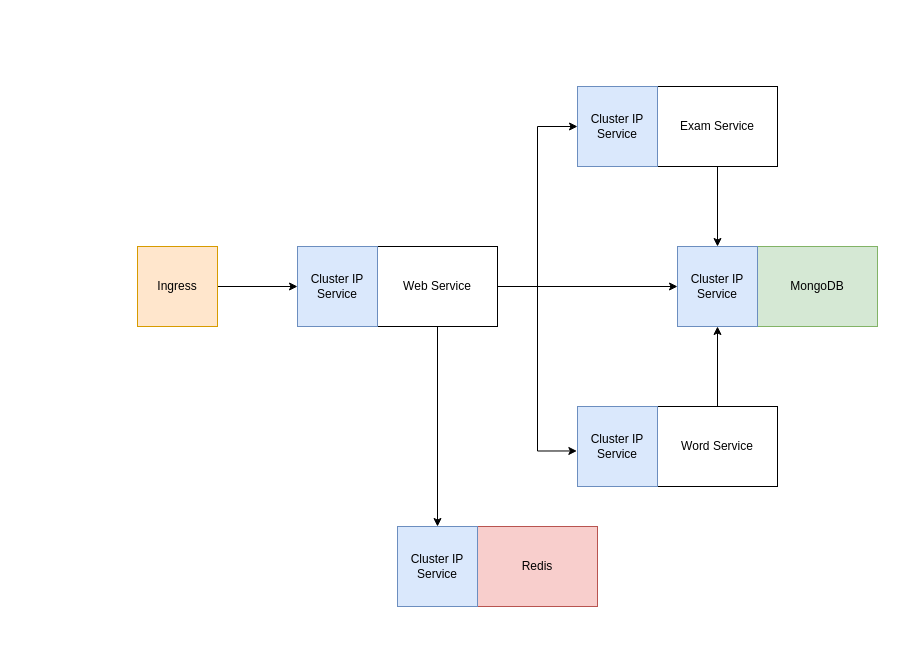
Before: image/網站服務架構_K8S.drawio in kakurineuin/learn-english-microservices, a draw.io diagram. Source tidied: cells renumbered, new cells numbered last; positions are measured from the earlier drawing's top-left corner, leaving out a move shared by most shapes. Both pictures are drawn from the tidied source at 100%, with x=0, y=0 at pixel (137, 86).
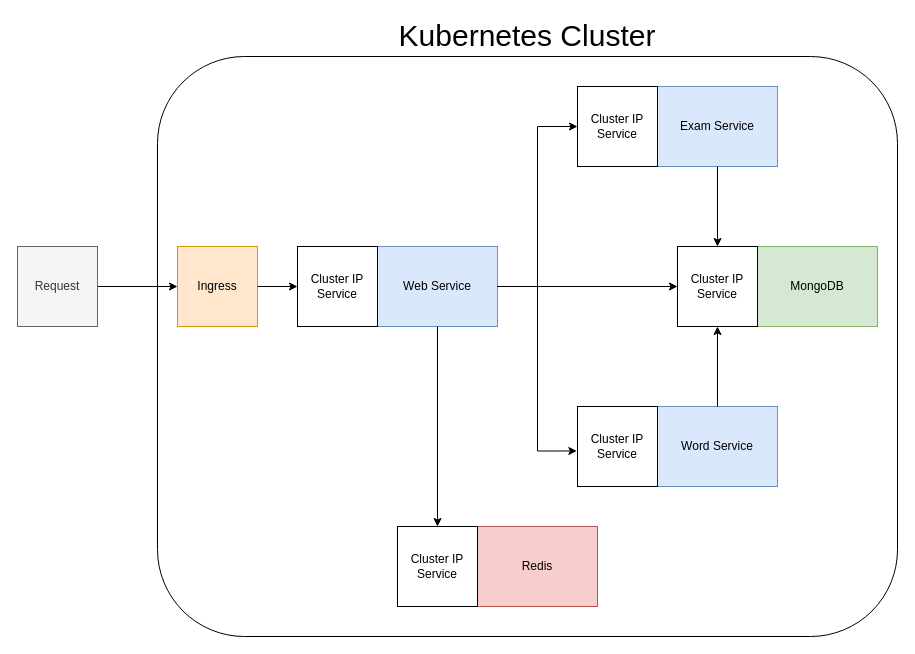
The same diagram, later.

Commit message:
更新網站服務架構_K8S.drawio

Diff of the diagram source:
```diff
@@
-    <mxCell id="2" style="edgeStyle=orthogonalEdgeStyle;rounded=0;jettySize=auto;html=1;exitX=1;exitY=0.5;exitDx=0;exitDy=0;entryX=0;entryY=0.5;entryDx=0;entryDy=0;" parent="1" edge="1" source="22" target="14">
-      <mxGeometry relative="1" as="geometry" />
-    </mxCell>
-    <mxCell id="3" style="edgeStyle=orthogonalEdgeStyle;rounded=0;jettySize=auto;html=1;exitX=1;exitY=0.5;exitDx=0;exitDy=0;entryX=-0.008;entryY=0.556;entryDx=0;entryDy=0;entryPerimeter=0;" parent="1" edge="1" source="22" target="20">
-      <mxGeometry relative="1" as="geometry" />
-    </mxCell>
-    <mxCell id="4" style="group;fillColor=#dae8fc;strokeColor=#6c8ebf;" parent="1" vertex="1">
-      <mxGeometry x="440" width="200" height="80" as="geometry" />
-    </mxCell>
-    <mxCell id="5" style="edgeStyle=orthogonalEdgeStyle;rounded=0;jettySize=auto;html=1;exitX=1;exitY=0.5;exitDx=0;exitDy=0;entryX=0;entryY=0.5;entryDx=0;entryDy=0;" parent="1" edge="1" source="22" target="17">
-      <mxGeometry relative="1" as="geometry" />
-    </mxCell>
-    <mxCell id="6" style="edgeStyle=orthogonalEdgeStyle;rounded=0;jettySize=auto;html=1;exitX=0.5;exitY=1;exitDx=0;exitDy=0;" parent="1" edge="1" source="13" target="17">
-      <mxGeometry relative="1" as="geometry" />
-    </mxCell>
-    <mxCell id="7" style="edgeStyle=orthogonalEdgeStyle;rounded=0;jettySize=auto;html=1;exitX=0.5;exitY=0;exitDx=0;exitDy=0;entryX=0.5;entryY=1;entryDx=0;entryDy=0;" parent="1" edge="1" source="19" target="17">
-      <mxGeometry relative="1" as="geometry" />
-    </mxCell>
-    <mxCell id="8" style="edgeStyle=orthogonalEdgeStyle;rounded=0;jettySize=auto;html=1;exitX=0.5;exitY=1;exitDx=0;exitDy=0;entryX=0.5;entryY=0;entryDx=0;entryDy=0;" parent="1" edge="1" source="22" target="26">
-      <mxGeometry relative="1" as="geometry" />
-    </mxCell>
-    <mxCell id="9" style="group;fillColor=#dae8fc;strokeColor=#6c8ebf;" parent="1" vertex="1">
-      <mxGeometry x="540" y="160" width="200" height="80" as="geometry" />
-    </mxCell>
-    <mxCell id="10" style="edgeStyle=orthogonalEdgeStyle;rounded=0;jettySize=auto;html=1;exitX=1;exitY=0.5;exitDx=0;exitDy=0;entryX=0;entryY=0.5;entryDx=0;entryDy=0;" parent="1" edge="1" source="11" target="23">
-      <mxGeometry relative="1" as="geometry" />
-    </mxCell>
+    <mxCell id="27" style="group;" parent="1" vertex="1">
+      <mxGeometry x="20" y="-30" width="740" height="580" as="geometry" />
+    </mxCell>
+    <mxCell id="28" value="Kubernetes Cluster" style="rounded=1;whiteSpace=wrap;html=1;labelPosition=center;verticalLabelPosition=top;align=center;verticalAlign=bottom;fontSize=30;" parent="27" vertex="1">
+      <mxGeometry width="740" height="580" as="geometry" />
+    </mxCell>
-    <mxCell id="11" value="Ingress" style="rounded=0;whiteSpace=wrap;html=1;fillColor=#ffe6cc;strokeColor=#d79b00;" parent="1" vertex="1">
-      <mxGeometry y="160" width="80" height="80" as="geometry" />
+    <mxCell id="11" value="Ingress" style="rounded=0;whiteSpace=wrap;html=1;fillColor=#ffe6cc;strokeColor=#d79b00;" parent="27" vertex="1">
+      <mxGeometry x="20" y="190" width="80" height="80" as="geometry" />
     </mxCell>
-    <mxCell id="12" style="group;" parent="1" vertex="1">
-      <mxGeometry x="440" width="200" height="80" as="geometry" />
-    </mxCell>
+    <mxCell id="29" style="group;" parent="27" vertex="1">
+      <mxGeometry x="420" y="30" width="200" height="80" as="geometry" />
+    </mxCell>
-    <mxCell id="13" value="Exam Service" style="rounded=0;whiteSpace=wrap;html=1;" parent="12" vertex="1">
+    <mxCell id="13" value="Exam Service" style="rounded=0;whiteSpace=wrap;html=1;fillColor=#dae8fc;strokeColor=#6c8ebf;" parent="29" vertex="1">
       <mxGeometry x="80" width="120" height="80" as="geometry" />
     </mxCell>
-    <mxCell id="14" value="Cluster IP Service" style="rounded=0;whiteSpace=wrap;html=1;fillColor=#dae8fc;strokeColor=#6c8ebf;" parent="12" vertex="1">
+    <mxCell id="14" value="Cluster IP Service" style="rounded=0;whiteSpace=wrap;html=1;" parent="29" vertex="1">
       <mxGeometry width="80" height="80" as="geometry" />
     </mxCell>
-    <mxCell id="15" style="group;" parent="1" vertex="1">
-      <mxGeometry x="540" y="160" width="200" height="80" as="geometry" />
-    </mxCell>
+    <mxCell id="30" style="group;" parent="27" vertex="1">
+      <mxGeometry x="520" y="190" width="200" height="80" as="geometry" />
+    </mxCell>
-    <mxCell id="16" value="MongoDB" style="rounded=0;whiteSpace=wrap;html=1;fillColor=#d5e8d4;strokeColor=#82b366;" parent="15" vertex="1">
+    <mxCell id="16" value="MongoDB" style="rounded=0;whiteSpace=wrap;html=1;fillColor=#d5e8d4;strokeColor=#82b366;" parent="30" vertex="1">
       <mxGeometry x="80" width="120" height="80" as="geometry" />
     </mxCell>
-    <mxCell id="17" value="Cluster IP Service" style="rounded=0;whiteSpace=wrap;html=1;fillColor=#dae8fc;strokeColor=#6c8ebf;" parent="15" vertex="1">
+    <mxCell id="17" value="Cluster IP Service" style="rounded=0;whiteSpace=wrap;html=1;" parent="30" vertex="1">
       <mxGeometry width="80" height="80" as="geometry" />
     </mxCell>
-    <mxCell id="18" style="group;" parent="1" vertex="1">
-      <mxGeometry x="440" y="320" width="200" height="80" as="geometry" />
-    </mxCell>
+    <mxCell id="6" style="edgeStyle=orthogonalEdgeStyle;rounded=0;jettySize=auto;html=1;exitX=0.5;exitY=1;exitDx=0;exitDy=0;" parent="27" edge="1" source="13" target="17">
+      <mxGeometry relative="1" as="geometry" />
+    </mxCell>
+    <mxCell id="31" style="group;" parent="27" vertex="1">
+      <mxGeometry x="420" y="350" width="200" height="80" as="geometry" />
+    </mxCell>
-    <mxCell id="19" value="Word Service" style="rounded=0;whiteSpace=wrap;html=1;" parent="18" vertex="1">
+    <mxCell id="19" value="Word Service" style="rounded=0;whiteSpace=wrap;html=1;fillColor=#dae8fc;strokeColor=#6c8ebf;" parent="31" vertex="1">
       <mxGeometry x="80" width="120" height="80" as="geometry" />
     </mxCell>
-    <mxCell id="20" value="Cluster IP Service" style="rounded=0;whiteSpace=wrap;html=1;fillColor=#dae8fc;strokeColor=#6c8ebf;" parent="18" vertex="1">
+    <mxCell id="20" value="Cluster IP Service" style="rounded=0;whiteSpace=wrap;html=1;" parent="31" vertex="1">
       <mxGeometry width="80" height="80" as="geometry" />
     </mxCell>
-    <mxCell id="21" style="group;" parent="1" vertex="1">
-      <mxGeometry x="160" y="160" width="200" height="80" as="geometry" />
-    </mxCell>
+    <mxCell id="7" style="edgeStyle=orthogonalEdgeStyle;rounded=0;jettySize=auto;html=1;exitX=0.5;exitY=0;exitDx=0;exitDy=0;entryX=0.5;entryY=1;entryDx=0;entryDy=0;" parent="27" edge="1" source="19" target="17">
+      <mxGeometry relative="1" as="geometry" />
+    </mxCell>
+    <mxCell id="32" style="group;" parent="27" vertex="1">
+      <mxGeometry x="240" y="470" width="200" height="80" as="geometry" />
+    </mxCell>
+    <mxCell id="25" value="Redis" style="rounded=0;whiteSpace=wrap;html=1;fillColor=#f8cecc;strokeColor=#b85450;" parent="32" vertex="1">
+      <mxGeometry x="80" width="120" height="80" as="geometry" />
+    </mxCell>
+    <mxCell id="26" value="Cluster IP Service" style="rounded=0;whiteSpace=wrap;html=1;" parent="32" vertex="1">
+      <mxGeometry width="80" height="80" as="geometry" />
+    </mxCell>
+    <mxCell id="33" style="group;" parent="27" vertex="1">
+      <mxGeometry x="140" y="190" width="200" height="80" as="geometry" />
+    </mxCell>
-    <mxCell id="22" value="Web Service" style="rounded=0;whiteSpace=wrap;html=1;" parent="21" vertex="1">
+    <mxCell id="22" value="Web Service" style="rounded=0;whiteSpace=wrap;html=1;fillColor=#dae8fc;strokeColor=#6c8ebf;" parent="33" vertex="1">
       <mxGeometry x="80" width="120" height="80" as="geometry" />
     </mxCell>
-    <mxCell id="23" value="Cluster IP Service" style="rounded=0;whiteSpace=wrap;html=1;fillColor=#dae8fc;strokeColor=#6c8ebf;" parent="21" vertex="1">
+    <mxCell id="23" value="Cluster IP Service" style="rounded=0;whiteSpace=wrap;html=1;" parent="33" vertex="1">
       <mxGeometry width="80" height="80" as="geometry" />
     </mxCell>
-    <mxCell id="24" style="group;" parent="1" vertex="1">
-      <mxGeometry x="260" y="440" width="200" height="80" as="geometry" />
-    </mxCell>
-    <mxCell id="25" value="Redis" style="rounded=0;whiteSpace=wrap;html=1;fillColor=#f8cecc;strokeColor=#b85450;" parent="24" vertex="1">
-      <mxGeometry x="80" width="120" height="80" as="geometry" />
-    </mxCell>
-    <mxCell id="26" value="Cluster IP Service" style="rounded=0;whiteSpace=wrap;html=1;fillColor=#dae8fc;strokeColor=#6c8ebf;" parent="24" vertex="1">
-      <mxGeometry width="80" height="80" as="geometry" />
-    </mxCell>
+    <mxCell id="2" style="edgeStyle=orthogonalEdgeStyle;rounded=0;jettySize=auto;html=1;exitX=1;exitY=0.5;exitDx=0;exitDy=0;entryX=0;entryY=0.5;entryDx=0;entryDy=0;" parent="27" edge="1" source="22" target="14">
+      <mxGeometry relative="1" as="geometry" />
+    </mxCell>
+    <mxCell id="5" style="edgeStyle=orthogonalEdgeStyle;rounded=0;jettySize=auto;html=1;exitX=1;exitY=0.5;exitDx=0;exitDy=0;entryX=0;entryY=0.5;entryDx=0;entryDy=0;" parent="27" edge="1" source="22" target="17">
+      <mxGeometry relative="1" as="geometry" />
+    </mxCell>
+    <mxCell id="3" style="edgeStyle=orthogonalEdgeStyle;rounded=0;jettySize=auto;html=1;exitX=1;exitY=0.5;exitDx=0;exitDy=0;entryX=-0.008;entryY=0.556;entryDx=0;entryDy=0;entryPerimeter=0;" parent="27" edge="1" source="22" target="20">
+      <mxGeometry relative="1" as="geometry" />
+    </mxCell>
+    <mxCell id="8" style="edgeStyle=orthogonalEdgeStyle;rounded=0;jettySize=auto;html=1;exitX=0.5;exitY=1;exitDx=0;exitDy=0;entryX=0.5;entryY=0;entryDx=0;entryDy=0;" parent="27" edge="1" source="22" target="26">
+      <mxGeometry relative="1" as="geometry" />
+    </mxCell>
+    <mxCell id="10" style="edgeStyle=orthogonalEdgeStyle;rounded=0;jettySize=auto;html=1;exitX=1;exitY=0.5;exitDx=0;exitDy=0;entryX=0;entryY=0.5;entryDx=0;entryDy=0;" parent="27" edge="1" source="11" target="23">
+      <mxGeometry relative="1" as="geometry" />
+    </mxCell>
+    <mxCell id="34" style="edgeStyle=orthogonalEdgeStyle;rounded=0;jettySize=auto;html=1;exitX=1;exitY=0.5;exitDx=0;exitDy=0;entryX=0;entryY=0.5;entryDx=0;entryDy=0;" parent="1" edge="1" source="35" target="11">
+      <mxGeometry relative="1" as="geometry" />
+    </mxCell>
+    <mxCell id="35" value="Request" style="rounded=0;whiteSpace=wrap;html=1;fillColor=#f5f5f5;fontColor=#333333;strokeColor=#666666;" parent="1" vertex="1">
+      <mxGeometry x="-120" y="160" width="80" height="80" as="geometry" />
+    </mxCell>
```
